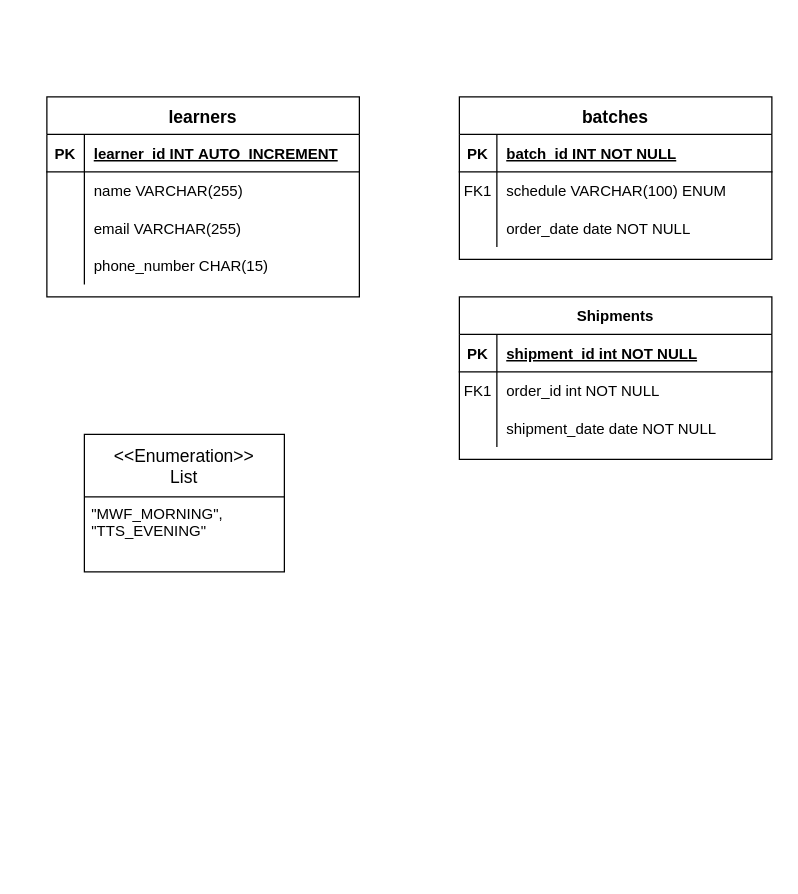
Before: Scaler-Schema-Daigram.drawio in geeky-sanjay/class-diagrams, a draw.io diagram. Source tidied: cells renumbered, new cells numbered last; positions are measured from the earlier drawing's top-left corner, leaving out a move shared by most shapes. Both pictures are drawn from the tidied source at 125%, with x=0, y=0 at pixel (46, 96).
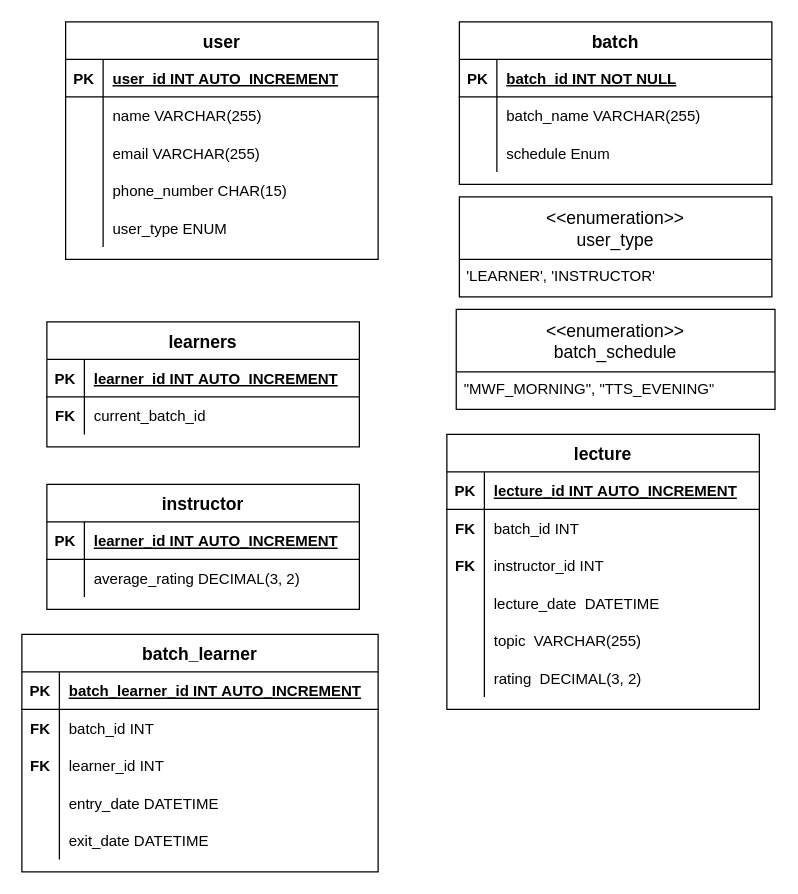
After the change.

Unchanged cells that the change refers to:
```xml
<mxCell id="6" style="shape=partialRectangle;fillColor=none;top=0;left=0;right=0;bottom=0;" parent="2" vertex="1">
  <mxGeometry y="60" width="250" height="30" as="geometry" />
</mxCell>
<mxCell id="9" style="shape=partialRectangle;fillColor=none;top=0;left=0;right=0;bottom=0;" parent="2" vertex="1">
  <mxGeometry y="90" width="250" height="30" as="geometry" />
</mxCell>
```

The edit, as a diff of the source:
```diff
@@
-    <mxCell id="2" value="batches" style="shape=table;startSize=30;childLayout=tableLayout;rowLines=0;fontStyle=1;align=center;fontSize=14;" parent="1" vertex="1">
-      <mxGeometry x="330" width="250" height="130" as="geometry" />
+    <mxCell id="2" value="batch" style="shape=table;startSize=30;childLayout=tableLayout;rowLines=0;fontStyle=1;align=center;fontSize=14;" parent="1" vertex="1">
+      <mxGeometry x="330" y="-60" width="250" height="130" as="geometry" />
     </mxCell>
@@
-    <mxCell id="7" value="FK1" style="shape=partialRectangle;overflow=hidden;fillColor=none;top=0;left=0;bottom=0;right=0;" parent="6" vertex="1">
+    <mxCell id="7" style="shape=partialRectangle;overflow=hidden;fillColor=none;top=0;left=0;bottom=0;right=0;" parent="6" vertex="1">
       <mxGeometry width="30" height="30" as="geometry" />
     </mxCell>
-    <mxCell id="8" value="schedule VARCHAR(100) ENUM" style="shape=partialRectangle;overflow=hidden;fillColor=none;top=0;left=0;bottom=0;right=0;align=left;spacingLeft=6;" parent="6" vertex="1">
+    <mxCell id="8" value="batch_name VARCHAR(255)" style="shape=partialRectangle;overflow=hidden;fillColor=none;top=0;left=0;bottom=0;right=0;align=left;spacingLeft=6;" parent="6" vertex="1">
       <mxGeometry x="30" width="220" height="30" as="geometry" />
     </mxCell>
@@
-    <mxCell id="11" value="order_date date NOT NULL" style="shape=partialRectangle;overflow=hidden;fillColor=none;top=0;left=0;bottom=0;right=0;align=left;spacingLeft=6;" parent="9" vertex="1">
+    <mxCell id="11" value="schedule Enum" style="shape=partialRectangle;overflow=hidden;fillColor=none;top=0;left=0;bottom=0;right=0;align=left;spacingLeft=6;" parent="9" vertex="1">
       <mxGeometry x="30" width="220" height="30" as="geometry" />
     </mxCell>
-    <mxCell id="12" value="Shipments" style="shape=table;startSize=30;childLayout=tableLayout;rowLines=0;fontStyle=1;align=center;" parent="1" vertex="1">
-      <mxGeometry x="330" y="160" width="250" height="130" as="geometry" />
-    </mxCell>
-    <mxCell id="13" style="shape=partialRectangle;fillColor=none;top=0;left=0;right=0;bottom=1;" parent="12" vertex="1">
-      <mxGeometry y="30" width="250" height="30" as="geometry" />
-    </mxCell>
-    <mxCell id="14" value="PK" style="shape=partialRectangle;overflow=hidden;fillColor=none;top=0;left=0;bottom=0;right=0;fontStyle=1;" parent="13" vertex="1">
-      <mxGeometry width="30" height="30" as="geometry" />
-    </mxCell>
-    <mxCell id="15" value="shipment_id int NOT NULL " style="shape=partialRectangle;overflow=hidden;fillColor=none;top=0;left=0;bottom=0;right=0;align=left;spacingLeft=6;fontStyle=5;" parent="13" vertex="1">
-      <mxGeometry x="30" width="220" height="30" as="geometry" />
-    </mxCell>
-    <mxCell id="16" style="shape=partialRectangle;fillColor=none;top=0;left=0;right=0;bottom=0;" parent="12" vertex="1">
-      <mxGeometry y="60" width="250" height="30" as="geometry" />
-    </mxCell>
-    <mxCell id="17" value="FK1" style="shape=partialRectangle;overflow=hidden;fillColor=none;top=0;left=0;bottom=0;right=0;" parent="16" vertex="1">
-      <mxGeometry width="30" height="30" as="geometry" />
-    </mxCell>
-    <mxCell id="18" value="order_id int NOT NULL" style="shape=partialRectangle;overflow=hidden;fillColor=none;top=0;left=0;bottom=0;right=0;align=left;spacingLeft=6;" parent="16" vertex="1">
-      <mxGeometry x="30" width="220" height="30" as="geometry" />
-    </mxCell>
-    <mxCell id="19" style="shape=partialRectangle;fillColor=none;top=0;left=0;right=0;bottom=0;" parent="12" vertex="1">
-      <mxGeometry y="90" width="250" height="30" as="geometry" />
-    </mxCell>
-    <mxCell id="20" style="shape=partialRectangle;overflow=hidden;fillColor=none;top=0;left=0;bottom=0;right=0;" parent="19" vertex="1">
-      <mxGeometry width="30" height="30" as="geometry" />
-    </mxCell>
-    <mxCell id="21" value="shipment_date date NOT NULL" style="shape=partialRectangle;overflow=hidden;fillColor=none;top=0;left=0;bottom=0;right=0;align=left;spacingLeft=6;" parent="19" vertex="1">
-      <mxGeometry x="30" width="220" height="30" as="geometry" />
-    </mxCell>
-    <mxCell id="22" value="learners" style="shape=table;startSize=30;childLayout=tableLayout;rowLines=0;fontStyle=1;align=center;fontSize=14;" parent="1" vertex="1">
-      <mxGeometry width="250" height="160" as="geometry" />
-    </mxCell>
-    <mxCell id="23" style="shape=partialRectangle;fillColor=none;top=0;left=0;right=0;bottom=1;" parent="22" vertex="1">
-      <mxGeometry y="30" width="250" height="30" as="geometry" />
-    </mxCell>
-    <mxCell id="24" value="PK" style="shape=partialRectangle;overflow=hidden;fillColor=none;top=0;left=0;bottom=0;right=0;fontStyle=1;" parent="23" vertex="1">
-      <mxGeometry width="30" height="30" as="geometry" />
-    </mxCell>
-    <mxCell id="25" value="learner_id INT AUTO_INCREMENT" style="shape=partialRectangle;overflow=hidden;fillColor=none;top=0;left=0;bottom=0;right=0;align=left;spacingLeft=6;fontStyle=5;" parent="23" vertex="1">
-      <mxGeometry x="30" width="220" height="30" as="geometry" />
-    </mxCell>
-    <mxCell id="26" style="shape=partialRectangle;fillColor=none;top=0;left=0;right=0;bottom=0;" parent="22" vertex="1">
-      <mxGeometry y="60" width="250" height="30" as="geometry" />
-    </mxCell>
-    <mxCell id="27" style="shape=partialRectangle;overflow=hidden;fillColor=none;top=0;left=0;bottom=0;right=0;" parent="26" vertex="1">
-      <mxGeometry width="30" height="30" as="geometry" />
-    </mxCell>
-    <mxCell id="28" value="name VARCHAR(255)" style="shape=partialRectangle;overflow=hidden;fillColor=none;top=0;left=0;bottom=0;right=0;align=left;spacingLeft=6;" parent="26" vertex="1">
-      <mxGeometry x="30" width="220" height="30" as="geometry" />
-    </mxCell>
-    <mxCell id="29" style="shape=partialRectangle;fillColor=none;top=0;left=0;right=0;bottom=0;" parent="22" vertex="1">
-      <mxGeometry y="90" width="250" height="30" as="geometry" />
-    </mxCell>
-    <mxCell id="30" style="shape=partialRectangle;overflow=hidden;fillColor=none;top=0;left=0;bottom=0;right=0;" parent="29" vertex="1">
-      <mxGeometry width="30" height="30" as="geometry" />
-    </mxCell>
-    <mxCell id="31" value="email VARCHAR(255)" style="shape=partialRectangle;overflow=hidden;fillColor=none;top=0;left=0;bottom=0;right=0;align=left;spacingLeft=6;" parent="29" vertex="1">
-      <mxGeometry x="30" width="220" height="30" as="geometry" />
-    </mxCell>
-    <mxCell id="32" style="shape=partialRectangle;fillColor=none;top=0;left=0;right=0;bottom=0;" parent="22" vertex="1">
-      <mxGeometry y="120" width="250" height="30" as="geometry" />
-    </mxCell>
-    <mxCell id="33" style="shape=partialRectangle;overflow=hidden;fillColor=none;top=0;left=0;bottom=0;right=0;" parent="32" vertex="1">
-      <mxGeometry width="30" height="30" as="geometry" />
-    </mxCell>
-    <mxCell id="34" value="phone_number CHAR(15)" style="shape=partialRectangle;overflow=hidden;fillColor=none;top=0;left=0;bottom=0;right=0;align=left;spacingLeft=6;" parent="32" vertex="1">
-      <mxGeometry x="30" width="220" height="30" as="geometry" />
-    </mxCell>
-    <mxCell id="35" value="&lt;&lt;Enumeration&gt;&gt;&#10;List" style="swimlane;fontStyle=0;horizontal=1;startSize=50;align=center;fontSize=14;" parent="1" vertex="1">
-      <mxGeometry x="30" y="270" width="160" height="110" as="geometry" />
+    <mxCell id="35" value="&lt;&lt;enumeration&gt;&gt;&#10;batch_schedule" style="swimlane;fontStyle=0;horizontal=1;startSize=50;align=center;fontSize=14;" parent="1" vertex="1">
+      <mxGeometry x="327.5" y="170" width="255" height="80" as="geometry" />
     </mxCell>
     <mxCell id="36" value="&quot;MWF_MORNING&quot;, &quot;TTS_EVENING&quot;" style="text;strokeColor=none;fillColor=none;spacingLeft=4;spacingRight=4;overflow=hidden;fontSize=12;whiteSpace=wrap;html=1;" parent="35" vertex="1">
-      <mxGeometry y="50" width="160" height="60" as="geometry" />
+      <mxGeometry y="50" width="255" height="30" as="geometry" />
     </mxCell>
+    <mxCell id="22" value="learners" style="shape=table;startSize=30;childLayout=tableLayout;rowLines=0;fontStyle=1;align=center;fontSize=14;" parent="1" vertex="1">
+      <mxGeometry y="180" width="250" height="100" as="geometry" />
+    </mxCell>
+    <mxCell id="37" style="shape=partialRectangle;fillColor=none;top=0;left=0;right=0;bottom=1;" parent="22" vertex="1">
+      <mxGeometry y="30" width="250" height="30" as="geometry" />
+    </mxCell>
+    <mxCell id="38" value="PK" style="shape=partialRectangle;overflow=hidden;fillColor=none;top=0;left=0;bottom=0;right=0;fontStyle=1;" parent="37" vertex="1">
+      <mxGeometry width="30" height="30" as="geometry" />
+    </mxCell>
+    <mxCell id="39" value="learner_id INT AUTO_INCREMENT" style="shape=partialRectangle;overflow=hidden;fillColor=none;top=0;left=0;bottom=0;right=0;align=left;spacingLeft=6;fontStyle=5;" parent="37" vertex="1">
+      <mxGeometry x="30" width="220" height="30" as="geometry" />
+    </mxCell>
+    <mxCell id="40" style="shape=partialRectangle;fillColor=none;top=0;left=0;right=0;bottom=0;" parent="22" vertex="1">
+      <mxGeometry y="60" width="250" height="30" as="geometry" />
+    </mxCell>
+    <mxCell id="41" value="FK" style="shape=partialRectangle;overflow=hidden;fillColor=none;top=0;left=0;bottom=0;right=0;fontStyle=1;" parent="40" vertex="1">
+      <mxGeometry width="30" height="30" as="geometry" />
+    </mxCell>
+    <mxCell id="42" value="current_batch_id" style="shape=partialRectangle;overflow=hidden;fillColor=none;top=0;left=0;bottom=0;right=0;align=left;spacingLeft=6;" parent="40" vertex="1">
+      <mxGeometry x="30" width="220" height="30" as="geometry" />
+    </mxCell>
+    <mxCell id="43" value="user" style="shape=table;startSize=30;childLayout=tableLayout;rowLines=0;fontStyle=1;align=center;fontSize=14;" parent="1" vertex="1">
+      <mxGeometry x="15" y="-60" width="250" height="190" as="geometry" />
+    </mxCell>
+    <mxCell id="44" style="shape=partialRectangle;fillColor=none;top=0;left=0;right=0;bottom=1;" parent="43" vertex="1">
+      <mxGeometry y="30" width="250" height="30" as="geometry" />
+    </mxCell>
+    <mxCell id="45" value="PK" style="shape=partialRectangle;overflow=hidden;fillColor=none;top=0;left=0;bottom=0;right=0;fontStyle=1;" parent="44" vertex="1">
+      <mxGeometry width="30" height="30" as="geometry" />
+    </mxCell>
+    <mxCell id="46" value="user_id INT AUTO_INCREMENT" style="shape=partialRectangle;overflow=hidden;fillColor=none;top=0;left=0;bottom=0;right=0;align=left;spacingLeft=6;fontStyle=5;" parent="44" vertex="1">
+      <mxGeometry x="30" width="220" height="30" as="geometry" />
+    </mxCell>
+    <mxCell id="47" style="shape=partialRectangle;fillColor=none;top=0;left=0;right=0;bottom=0;" parent="43" vertex="1">
+      <mxGeometry y="60" width="250" height="30" as="geometry" />
+    </mxCell>
+    <mxCell id="48" style="shape=partialRectangle;overflow=hidden;fillColor=none;top=0;left=0;bottom=0;right=0;" parent="47" vertex="1">
+      <mxGeometry width="30" height="30" as="geometry" />
+    </mxCell>
+    <mxCell id="28" value="name VARCHAR(255)" style="shape=partialRectangle;overflow=hidden;fillColor=none;top=0;left=0;bottom=0;right=0;align=left;spacingLeft=6;" parent="47" vertex="1">
+      <mxGeometry x="30" width="220" height="30" as="geometry" />
+    </mxCell>
+    <mxCell id="49" style="shape=partialRectangle;fillColor=none;top=0;left=0;right=0;bottom=0;" parent="43" vertex="1">
+      <mxGeometry y="90" width="250" height="30" as="geometry" />
+    </mxCell>
+    <mxCell id="50" style="shape=partialRectangle;overflow=hidden;fillColor=none;top=0;left=0;bottom=0;right=0;" parent="49" vertex="1">
+      <mxGeometry width="30" height="30" as="geometry" />
+    </mxCell>
+    <mxCell id="31" value="email VARCHAR(255)" style="shape=partialRectangle;overflow=hidden;fillColor=none;top=0;left=0;bottom=0;right=0;align=left;spacingLeft=6;" parent="49" vertex="1">
+      <mxGeometry x="30" width="220" height="30" as="geometry" />
+    </mxCell>
+    <mxCell id="51" style="shape=partialRectangle;fillColor=none;top=0;left=0;right=0;bottom=0;" parent="43" vertex="1">
+      <mxGeometry y="120" width="250" height="30" as="geometry" />
+    </mxCell>
+    <mxCell id="52" style="shape=partialRectangle;overflow=hidden;fillColor=none;top=0;left=0;bottom=0;right=0;" parent="51" vertex="1">
+      <mxGeometry width="30" height="30" as="geometry" />
+    </mxCell>
+    <mxCell id="34" value="phone_number CHAR(15)" style="shape=partialRectangle;overflow=hidden;fillColor=none;top=0;left=0;bottom=0;right=0;align=left;spacingLeft=6;" parent="51" vertex="1">
+      <mxGeometry x="30" width="220" height="30" as="geometry" />
+    </mxCell>
+    <mxCell id="53" style="shape=partialRectangle;fillColor=none;top=0;left=0;right=0;bottom=0;" parent="43" vertex="1">
+      <mxGeometry y="150" width="250" height="30" as="geometry" />
+    </mxCell>
+    <mxCell id="54" style="shape=partialRectangle;overflow=hidden;fillColor=none;top=0;left=0;bottom=0;right=0;" parent="53" vertex="1">
+      <mxGeometry width="30" height="30" as="geometry" />
+    </mxCell>
+    <mxCell id="55" value="user_type ENUM" style="shape=partialRectangle;overflow=hidden;fillColor=none;top=0;left=0;bottom=0;right=0;align=left;spacingLeft=6;" parent="53" vertex="1">
+      <mxGeometry x="30" width="220" height="30" as="geometry" />
+    </mxCell>
+    <mxCell id="56" value="&lt;&lt;enumeration&gt;&gt;&#10;user_type" style="swimlane;fontStyle=0;horizontal=1;startSize=50;align=center;fontSize=14;" parent="1" vertex="1">
+      <mxGeometry x="330" y="80" width="250" height="80" as="geometry" />
+    </mxCell>
+    <mxCell id="57" value="'LEARNER', 'INSTRUCTOR'" style="text;strokeColor=none;fillColor=none;spacingLeft=4;spacingRight=4;overflow=hidden;fontSize=12;whiteSpace=wrap;html=1;" parent="56" vertex="1">
+      <mxGeometry y="50" width="250" height="30" as="geometry" />
+    </mxCell>
+    <mxCell id="58" value="instructor" style="shape=table;startSize=30;childLayout=tableLayout;rowLines=0;fontStyle=1;align=center;fontSize=14;" parent="1" vertex="1">
+      <mxGeometry y="310" width="250" height="100" as="geometry" />
+    </mxCell>
+    <mxCell id="59" style="shape=partialRectangle;fillColor=none;top=0;left=0;right=0;bottom=1;" parent="58" vertex="1">
+      <mxGeometry y="30" width="250" height="30" as="geometry" />
+    </mxCell>
+    <mxCell id="60" value="PK" style="shape=partialRectangle;overflow=hidden;fillColor=none;top=0;left=0;bottom=0;right=0;fontStyle=1;" parent="59" vertex="1">
+      <mxGeometry width="30" height="30" as="geometry" />
+    </mxCell>
+    <mxCell id="61" value="learner_id INT AUTO_INCREMENT" style="shape=partialRectangle;overflow=hidden;fillColor=none;top=0;left=0;bottom=0;right=0;align=left;spacingLeft=6;fontStyle=5;" parent="59" vertex="1">
+      <mxGeometry x="30" width="220" height="30" as="geometry" />
+    </mxCell>
+    <mxCell id="62" style="shape=partialRectangle;fillColor=none;top=0;left=0;right=0;bottom=0;" parent="58" vertex="1">
+      <mxGeometry y="60" width="250" height="30" as="geometry" />
+    </mxCell>
+    <mxCell id="63" style="shape=partialRectangle;overflow=hidden;fillColor=none;top=0;left=0;bottom=0;right=0;fontStyle=1;" parent="62" vertex="1">
+      <mxGeometry width="30" height="30" as="geometry" />
+    </mxCell>
+    <mxCell id="64" value="average_rating DECIMAL(3, 2)" style="shape=partialRectangle;overflow=hidden;fillColor=none;top=0;left=0;bottom=0;right=0;align=left;spacingLeft=6;" parent="62" vertex="1">
+      <mxGeometry x="30" width="220" height="30" as="geometry" />
+    </mxCell>
+    <mxCell id="65" value="lecture" style="shape=table;startSize=30;childLayout=tableLayout;rowLines=0;fontStyle=1;align=center;fontSize=14;" parent="1" vertex="1">
+      <mxGeometry x="320" y="270" width="250" height="220" as="geometry" />
+    </mxCell>
+    <mxCell id="66" style="shape=partialRectangle;fillColor=none;top=0;left=0;right=0;bottom=1;" parent="65" vertex="1">
+      <mxGeometry y="30" width="250" height="30" as="geometry" />
+    </mxCell>
+    <mxCell id="67" value="PK" style="shape=partialRectangle;overflow=hidden;fillColor=none;top=0;left=0;bottom=0;right=0;fontStyle=1;" parent="66" vertex="1">
+      <mxGeometry width="30" height="30" as="geometry" />
+    </mxCell>
+    <mxCell id="68" value="lecture_id INT AUTO_INCREMENT" style="shape=partialRectangle;overflow=hidden;fillColor=none;top=0;left=0;bottom=0;right=0;align=left;spacingLeft=6;fontStyle=5;" parent="66" vertex="1">
+      <mxGeometry x="30" width="220" height="30" as="geometry" />
+    </mxCell>
+    <mxCell id="69" style="shape=partialRectangle;fillColor=none;top=0;left=0;right=0;bottom=0;" parent="65" vertex="1">
+      <mxGeometry y="60" width="250" height="30" as="geometry" />
+    </mxCell>
+    <mxCell id="70" value="FK" style="shape=partialRectangle;overflow=hidden;fillColor=none;top=0;left=0;bottom=0;right=0;fontStyle=1;" parent="69" vertex="1">
+      <mxGeometry width="30" height="30" as="geometry" />
+    </mxCell>
+    <mxCell id="71" value="batch_id INT" style="shape=partialRectangle;overflow=hidden;fillColor=none;top=0;left=0;bottom=0;right=0;align=left;spacingLeft=6;" parent="69" vertex="1">
+      <mxGeometry x="30" width="220" height="30" as="geometry" />
+    </mxCell>
+    <mxCell id="72" style="shape=partialRectangle;fillColor=none;top=0;left=0;right=0;bottom=0;" parent="65" vertex="1">
+      <mxGeometry y="90" width="250" height="30" as="geometry" />
+    </mxCell>
+    <mxCell id="73" value="FK" style="shape=partialRectangle;overflow=hidden;fillColor=none;top=0;left=0;bottom=0;right=0;fontStyle=1;" parent="72" vertex="1">
+      <mxGeometry width="30" height="30" as="geometry" />
+    </mxCell>
+    <mxCell id="74" value="instructor_id INT" style="shape=partialRectangle;overflow=hidden;fillColor=none;top=0;left=0;bottom=0;right=0;align=left;spacingLeft=6;" parent="72" vertex="1">
+      <mxGeometry x="30" width="220" height="30" as="geometry" />
+    </mxCell>
+    <mxCell id="75" style="shape=partialRectangle;fillColor=none;top=0;left=0;right=0;bottom=0;" parent="65" vertex="1">
+      <mxGeometry y="120" width="250" height="30" as="geometry" />
+    </mxCell>
+    <mxCell id="76" style="shape=partialRectangle;overflow=hidden;fillColor=none;top=0;left=0;bottom=0;right=0;" parent="75" vertex="1">
+      <mxGeometry width="30" height="30" as="geometry" />
+    </mxCell>
+    <mxCell id="77" value="lecture_date  DATETIME" style="shape=partialRectangle;overflow=hidden;fillColor=none;top=0;left=0;bottom=0;right=0;align=left;spacingLeft=6;" parent="75" vertex="1">
+      <mxGeometry x="30" width="220" height="30" as="geometry" />
+    </mxCell>
+    <mxCell id="78" style="shape=partialRectangle;fillColor=none;top=0;left=0;right=0;bottom=0;" parent="65" vertex="1">
+      <mxGeometry y="150" width="250" height="30" as="geometry" />
+    </mxCell>
+    <mxCell id="79" style="shape=partialRectangle;overflow=hidden;fillColor=none;top=0;left=0;bottom=0;right=0;" parent="78" vertex="1">
+      <mxGeometry width="30" height="30" as="geometry" />
+    </mxCell>
+    <mxCell id="80" value="topic  VARCHAR(255)" style="shape=partialRectangle;overflow=hidden;fillColor=none;top=0;left=0;bottom=0;right=0;align=left;spacingLeft=6;" parent="78" vertex="1">
+      <mxGeometry x="30" width="220" height="30" as="geometry" />
+    </mxCell>
+    <mxCell id="81" style="shape=partialRectangle;fillColor=none;top=0;left=0;right=0;bottom=0;" parent="65" vertex="1">
+      <mxGeometry y="180" width="250" height="30" as="geometry" />
+    </mxCell>
+    <mxCell id="82" style="shape=partialRectangle;overflow=hidden;fillColor=none;top=0;left=0;bottom=0;right=0;" parent="81" vertex="1">
+      <mxGeometry width="30" height="30" as="geometry" />
+    </mxCell>
+    <mxCell id="83" value="rating  DECIMAL(3, 2)" style="shape=partialRectangle;overflow=hidden;fillColor=none;top=0;left=0;bottom=0;right=0;align=left;spacingLeft=6;" parent="81" vertex="1">
+      <mxGeometry x="30" width="220" height="30" as="geometry" />
+    </mxCell>
+    <mxCell id="84" value="batch_learner" style="shape=table;startSize=30;childLayout=tableLayout;rowLines=0;fontStyle=1;align=center;fontSize=14;" parent="1" vertex="1">
+      <mxGeometry x="-20" y="430" width="285" height="190" as="geometry" />
+    </mxCell>
+    <mxCell id="85" style="shape=partialRectangle;fillColor=none;top=0;left=0;right=0;bottom=1;" parent="84" vertex="1">
+      <mxGeometry y="30" width="285" height="30" as="geometry" />
+    </mxCell>
+    <mxCell id="86" value="PK" style="shape=partialRectangle;overflow=hidden;fillColor=none;top=0;left=0;bottom=0;right=0;fontStyle=1;" parent="85" vertex="1">
+      <mxGeometry width="30" height="30" as="geometry" />
+    </mxCell>
+    <mxCell id="87" value="batch_learner_id INT AUTO_INCREMENT" style="shape=partialRectangle;overflow=hidden;fillColor=none;top=0;left=0;bottom=0;right=0;align=left;spacingLeft=6;fontStyle=5;" parent="85" vertex="1">
+      <mxGeometry x="30" width="255" height="30" as="geometry" />
+    </mxCell>
+    <mxCell id="88" style="shape=partialRectangle;fillColor=none;top=0;left=0;right=0;bottom=0;" parent="84" vertex="1">
+      <mxGeometry y="60" width="285" height="30" as="geometry" />
+    </mxCell>
+    <mxCell id="89" value="FK" style="shape=partialRectangle;overflow=hidden;fillColor=none;top=0;left=0;bottom=0;right=0;fontStyle=1;" parent="88" vertex="1">
+      <mxGeometry width="30" height="30" as="geometry" />
+    </mxCell>
+    <mxCell id="90" value="batch_id INT" style="shape=partialRectangle;overflow=hidden;fillColor=none;top=0;left=0;bottom=0;right=0;align=left;spacingLeft=6;" parent="88" vertex="1">
+      <mxGeometry x="30" width="255" height="30" as="geometry" />
+    </mxCell>
+    <mxCell id="91" style="shape=partialRectangle;fillColor=none;top=0;left=0;right=0;bottom=0;" parent="84" vertex="1">
+      <mxGeometry y="90" width="285" height="30" as="geometry" />
+    </mxCell>
+    <mxCell id="92" value="FK" style="shape=partialRectangle;overflow=hidden;fillColor=none;top=0;left=0;bottom=0;right=0;fontStyle=1;" parent="91" vertex="1">
+      <mxGeometry width="30" height="30" as="geometry" />
+    </mxCell>
+    <mxCell id="93" value="learner_id INT" style="shape=partialRectangle;overflow=hidden;fillColor=none;top=0;left=0;bottom=0;right=0;align=left;spacingLeft=6;" parent="91" vertex="1">
+      <mxGeometry x="30" width="255" height="30" as="geometry" />
+    </mxCell>
+    <mxCell id="94" style="shape=partialRectangle;fillColor=none;top=0;left=0;right=0;bottom=0;" parent="84" vertex="1">
+      <mxGeometry y="120" width="285" height="30" as="geometry" />
+    </mxCell>
+    <mxCell id="95" style="shape=partialRectangle;overflow=hidden;fillColor=none;top=0;left=0;bottom=0;right=0;" parent="94" vertex="1">
+      <mxGeometry width="30" height="30" as="geometry" />
+    </mxCell>
+    <mxCell id="96" value="entry_date DATETIME" style="shape=partialRectangle;overflow=hidden;fillColor=none;top=0;left=0;bottom=0;right=0;align=left;spacingLeft=6;" parent="94" vertex="1">
+      <mxGeometry x="30" width="255" height="30" as="geometry" />
+    </mxCell>
+    <mxCell id="97" style="shape=partialRectangle;fillColor=none;top=0;left=0;right=0;bottom=0;" parent="84" vertex="1">
+      <mxGeometry y="150" width="285" height="30" as="geometry" />
+    </mxCell>
+    <mxCell id="98" style="shape=partialRectangle;overflow=hidden;fillColor=none;top=0;left=0;bottom=0;right=0;" parent="97" vertex="1">
+      <mxGeometry width="30" height="30" as="geometry" />
+    </mxCell>
+    <mxCell id="99" value="exit_date DATETIME" style="shape=partialRectangle;overflow=hidden;fillColor=none;top=0;left=0;bottom=0;right=0;align=left;spacingLeft=6;" parent="97" vertex="1">
+      <mxGeometry x="30" width="255" height="30" as="geometry" />
+    </mxCell>
```
